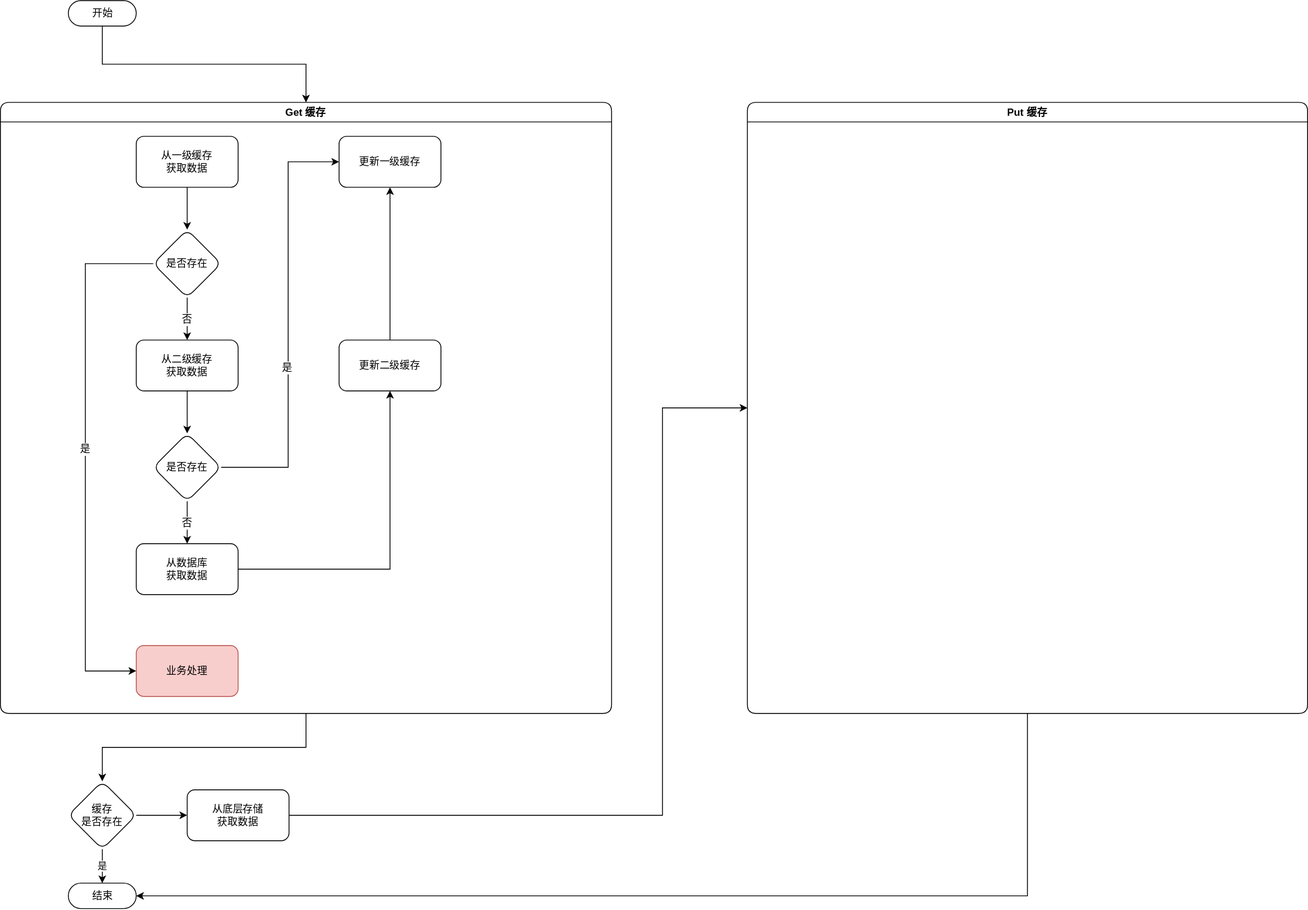
The draw.io diagram spring-cache.drawio.svg in cdwxw/cdwxw, before a commit. Source tidied: cells renumbered, new cells last; positions are measured from the earlier drawing's top-left corner, leaving out a move shared by most shapes.
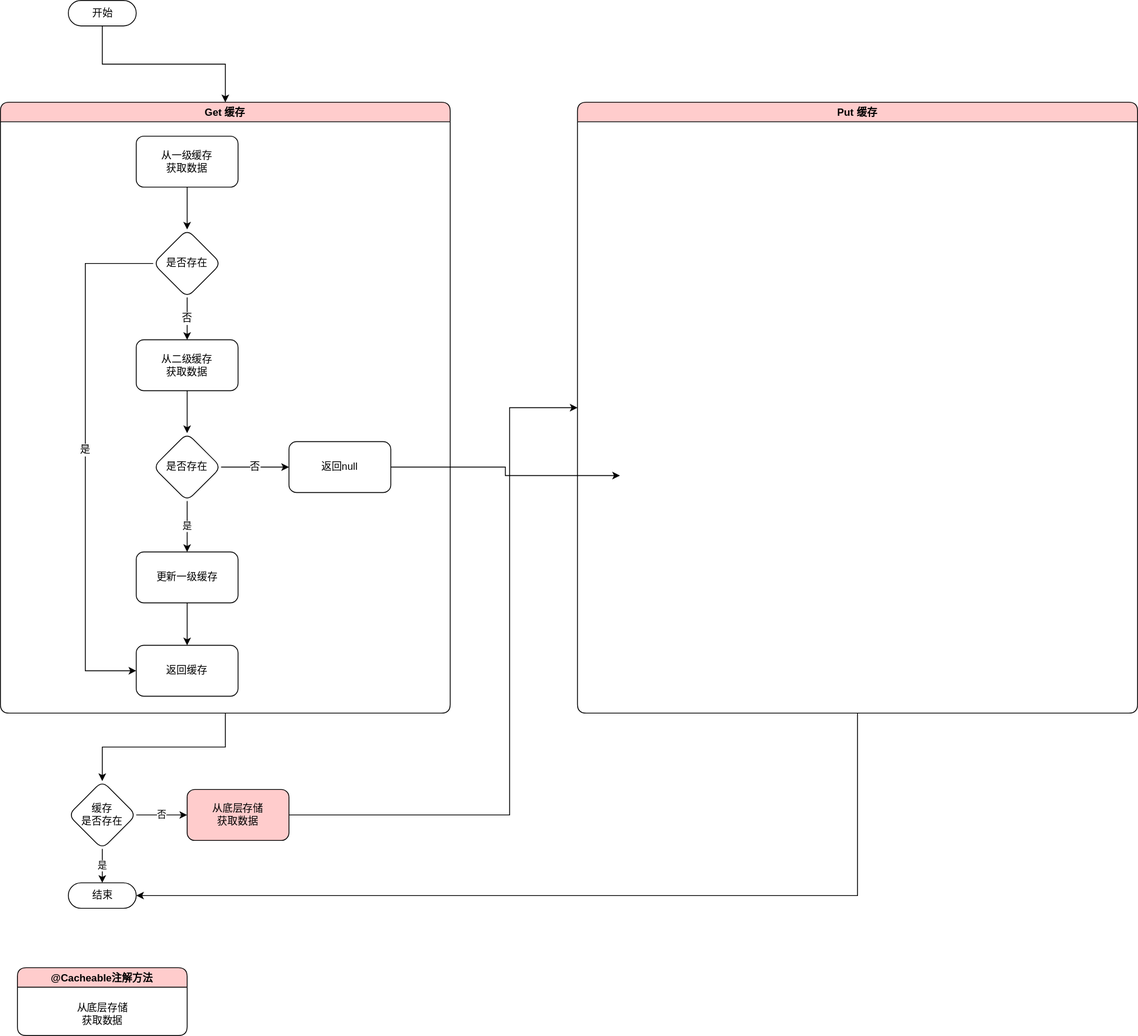
Later version of the same file.

Change to the diagram source:
```diff
@@ -8,8 +8,8 @@
     <mxCell id="3" style="edgeStyle=orthogonalEdgeStyle;rounded=0;jettySize=auto;html=1;exitX=0.5;exitY=1;exitDx=0;exitDy=0;" parent="1" edge="1" source="4" target="25">
       <mxGeometry relative="1" as="geometry" />
     </mxCell>
-    <mxCell id="4" value="Get 缓存" style="swimlane;rounded=1;shadow=0;glass=0;" parent="1" vertex="1">
-      <mxGeometry y="120" width="720" height="720" as="geometry" />
+    <mxCell id="4" value="Get 缓存" style="swimlane;rounded=1;shadow=0;glass=0;fillColor=#FFCCCC;" parent="1" vertex="1">
+      <mxGeometry y="120" width="530" height="720" as="geometry" />
     </mxCell>
     <mxCell id="5" value="从一级缓存&lt;br&gt;获取数据" style="whiteSpace=wrap;html=1;dashed=0;rounded=1;shadow=0;glass=0;strokeWidth=1;sketch=0;" parent="4" vertex="1">
       <mxGeometry x="160" y="40" width="120" height="60" as="geometry" />
@@ -26,42 +26,28 @@
     <mxCell id="9" value="否" style="edgeStyle=orthogonalEdgeStyle;rounded=0;jettySize=auto;html=1;fontFamily=Helvetica;fontSize=12;fontColor=default;" parent="4" edge="1" source="6" target="8">
       <mxGeometry relative="1" as="geometry" />
     </mxCell>
+    <mxCell id="18" value="是" style="edgeStyle=orthogonalEdgeStyle;rounded=0;jettySize=auto;html=1;exitX=0.5;exitY=1;exitDx=0;exitDy=0;entryX=0.5;entryY=0;entryDx=0;entryDy=0;" parent="4" edge="1" source="10" target="16">
+      <mxGeometry relative="1" as="geometry" />
+    </mxCell>
     <mxCell id="10" value="是否存在" style="rhombus;whiteSpace=wrap;html=1;dashed=0;rounded=1;shadow=0;glass=0;strokeWidth=1;sketch=0;" parent="4" vertex="1">
       <mxGeometry x="180" y="390" width="80" height="80" as="geometry" />
     </mxCell>
     <mxCell id="11" style="edgeStyle=orthogonalEdgeStyle;rounded=0;jettySize=auto;html=1;fontFamily=Helvetica;fontSize=12;fontColor=default;" parent="4" edge="1" source="8" target="10">
       <mxGeometry relative="1" as="geometry" />
     </mxCell>
-    <mxCell id="12" value="从数据库&lt;br&gt;获取数据" style="whiteSpace=wrap;html=1;dashed=0;rounded=1;shadow=0;glass=0;strokeWidth=1;sketch=0;" parent="4" vertex="1">
-      <mxGeometry x="160" y="520" width="120" height="60" as="geometry" />
+    <mxCell id="12" value="返回null" style="whiteSpace=wrap;html=1;dashed=0;rounded=1;shadow=0;glass=0;strokeWidth=1;sketch=0;" parent="4" vertex="1">
+      <mxGeometry x="340" y="400" width="120" height="60" as="geometry" />
     </mxCell>
     <mxCell id="13" value="否" style="edgeStyle=orthogonalEdgeStyle;rounded=0;jettySize=auto;html=1;fontFamily=Helvetica;fontSize=12;fontColor=default;" parent="4" edge="1" source="10" target="12">
       <mxGeometry relative="1" as="geometry" />
     </mxCell>
-    <mxCell id="14" value="更新二级缓存" style="whiteSpace=wrap;html=1;dashed=0;rounded=1;shadow=0;glass=0;strokeWidth=1;sketch=0;" parent="4" vertex="1">
-      <mxGeometry x="399" y="280" width="120" height="60" as="geometry" />
-    </mxCell>
-    <mxCell id="15" style="edgeStyle=orthogonalEdgeStyle;rounded=0;jettySize=auto;html=1;fontFamily=Helvetica;fontSize=12;fontColor=default;" parent="4" edge="1" source="12" target="14">
-      <mxGeometry relative="1" as="geometry" />
-    </mxCell>
+    <mxCell id="32" style="edgeStyle=orthogonalEdgeStyle;rounded=0;jettySize=auto;html=1;exitX=0.5;exitY=1;exitDx=0;exitDy=0;entryX=0.5;entryY=0;entryDx=0;entryDy=0;" parent="4" edge="1" source="16" target="20">
+      <mxGeometry relative="1" as="geometry" />
+    </mxCell>
     <mxCell id="16" value="更新一级缓存" style="whiteSpace=wrap;html=1;dashed=0;rounded=1;shadow=0;glass=0;strokeWidth=1;sketch=0;" parent="4" vertex="1">
-      <mxGeometry x="399" y="40" width="120" height="60" as="geometry" />
+      <mxGeometry x="160" y="530" width="120" height="60" as="geometry" />
     </mxCell>
-    <mxCell id="17" style="edgeStyle=orthogonalEdgeStyle;rounded=0;jettySize=auto;html=1;exitX=1;exitY=0.5;exitDx=0;exitDy=0;entryX=0;entryY=0.5;entryDx=0;entryDy=0;fontFamily=Helvetica;fontSize=12;fontColor=default;" parent="4" edge="1" source="10" target="16">
-      <mxGeometry relative="1" as="geometry">
-        <Array as="points">
-          <mxPoint x="339" y="430" />
-          <mxPoint x="339" y="70" />
-        </Array>
-      </mxGeometry>
-    </mxCell>
-    <mxCell id="18" value="是" style="edgeLabel;html=1;align=center;verticalAlign=middle;fontSize=12;fontFamily=Helvetica;fontColor=default;" parent="17" vertex="1">
-      <mxGeometry x="-0.21" y="2" relative="1" as="geometry" />
-    </mxCell>
-    <mxCell id="19" style="edgeStyle=orthogonalEdgeStyle;rounded=0;jettySize=auto;html=1;fontFamily=Helvetica;fontSize=12;fontColor=default;" parent="4" edge="1" source="14" target="16">
-      <mxGeometry relative="1" as="geometry" />
-    </mxCell>
-    <mxCell id="20" value="业务处理" style="whiteSpace=wrap;html=1;dashed=0;rounded=1;shadow=0;glass=0;strokeWidth=1;sketch=0;fillColor=#f8cecc;strokeColor=#b85450;" parent="4" vertex="1">
+    <mxCell id="20" value="返回缓存" style="whiteSpace=wrap;html=1;dashed=0;rounded=1;shadow=0;glass=0;strokeWidth=1;sketch=0;fillColor=#FFFFFF;strokeColor=#000000;" parent="4" vertex="1">
       <mxGeometry x="160" y="640" width="120" height="60" as="geometry" />
     </mxCell>
     <mxCell id="21" style="edgeStyle=orthogonalEdgeStyle;rounded=0;jettySize=auto;html=1;exitX=0;exitY=0.5;exitDx=0;exitDy=0;entryX=0;entryY=0.5;entryDx=0;entryDy=0;fontFamily=Helvetica;fontSize=12;fontColor=default;" parent="4" edge="1" source="6" target="20">
@@ -78,7 +64,7 @@
     <mxCell id="23" style="edgeStyle=orthogonalEdgeStyle;rounded=0;jettySize=auto;html=1;" parent="1" edge="1" source="2" target="4">
       <mxGeometry relative="1" as="geometry" />
     </mxCell>
-    <mxCell id="24" style="edgeStyle=orthogonalEdgeStyle;rounded=0;jettySize=auto;html=1;" parent="1" edge="1" source="25" target="31">
+    <mxCell id="24" value="否" style="edgeStyle=orthogonalEdgeStyle;rounded=0;jettySize=auto;html=1;" parent="1" edge="1" source="25" target="31">
       <mxGeometry relative="1" as="geometry" />
     </mxCell>
     <mxCell id="25" value="缓存&lt;br&gt;是否存在" style="rhombus;whiteSpace=wrap;html=1;fontStyle=0;startSize=23;rounded=1;shadow=0;glass=0;" parent="1" vertex="1">
@@ -93,19 +79,30 @@
     <mxCell id="28" style="edgeStyle=orthogonalEdgeStyle;rounded=0;jettySize=auto;html=1;exitX=0.5;exitY=1;exitDx=0;exitDy=0;entryX=1;entryY=0.5;entryDx=0;entryDy=0;entryPerimeter=0;" parent="1" edge="1" source="29" target="26">
       <mxGeometry relative="1" as="geometry" />
     </mxCell>
-    <mxCell id="29" value="Put 缓存" style="swimlane;rounded=1;shadow=0;glass=0;" parent="1" vertex="1">
-      <mxGeometry x="880" y="120" width="660" height="720" as="geometry" />
+    <mxCell id="29" value="Put 缓存" style="swimlane;rounded=1;shadow=0;glass=0;fillColor=#FFCCCC;" parent="1" vertex="1">
+      <mxGeometry x="680" y="120" width="660" height="720" as="geometry" />
     </mxCell>
     <mxCell id="30" style="edgeStyle=orthogonalEdgeStyle;rounded=0;jettySize=auto;html=1;exitX=1;exitY=0.5;exitDx=0;exitDy=0;entryX=0;entryY=0.5;entryDx=0;entryDy=0;" parent="1" edge="1" source="31" target="29">
       <mxGeometry relative="1" as="geometry">
         <Array as="points">
-          <mxPoint x="780" y="960" />
-          <mxPoint x="780" y="480" />
+          <mxPoint x="600" y="960" />
+          <mxPoint x="600" y="480" />
         </Array>
       </mxGeometry>
     </mxCell>
-    <mxCell id="31" value="从底层存储&lt;br&gt;获取数据" style="whiteSpace=wrap;html=1;fontStyle=0;startSize=23;rounded=1;shadow=0;glass=0;" parent="1" vertex="1">
+    <mxCell id="31" value="从底层存储&lt;br&gt;获取数据" style="whiteSpace=wrap;html=1;fontStyle=0;startSize=23;rounded=1;shadow=0;glass=0;fillColor=#FFCCCC;" parent="1" vertex="1">
       <mxGeometry x="220" y="930" width="120" height="60" as="geometry" />
     </mxCell>
+    <mxCell id="33" style="edgeStyle=orthogonalEdgeStyle;rounded=0;jettySize=auto;html=1;exitX=1;exitY=0.5;exitDx=0;exitDy=0;" parent="1" edge="1" source="12">
+      <mxGeometry relative="1" as="geometry">
+        <mxPoint x="730" y="560" as="targetPoint" />
+      </mxGeometry>
+    </mxCell>
+    <mxCell id="34" value="@Cacheable注解方法" style="swimlane;rounded=1;shadow=0;glass=0;fillColor=#FFCCCC;" parent="1" vertex="1">
+      <mxGeometry x="20" y="1140" width="200" height="80" as="geometry" />
+    </mxCell>
+    <mxCell id="35" value="&lt;span&gt;从底层存储&lt;/span&gt;&lt;br&gt;&lt;span&gt;获取数据&lt;/span&gt;" style="text;html=1;align=center;verticalAlign=middle;strokeColor=none;fillColor=none;" parent="34" vertex="1">
+      <mxGeometry x="60" y="40" width="80" height="30" as="geometry" />
+    </mxCell>
   </root>
 </mxGraphModel>
```
